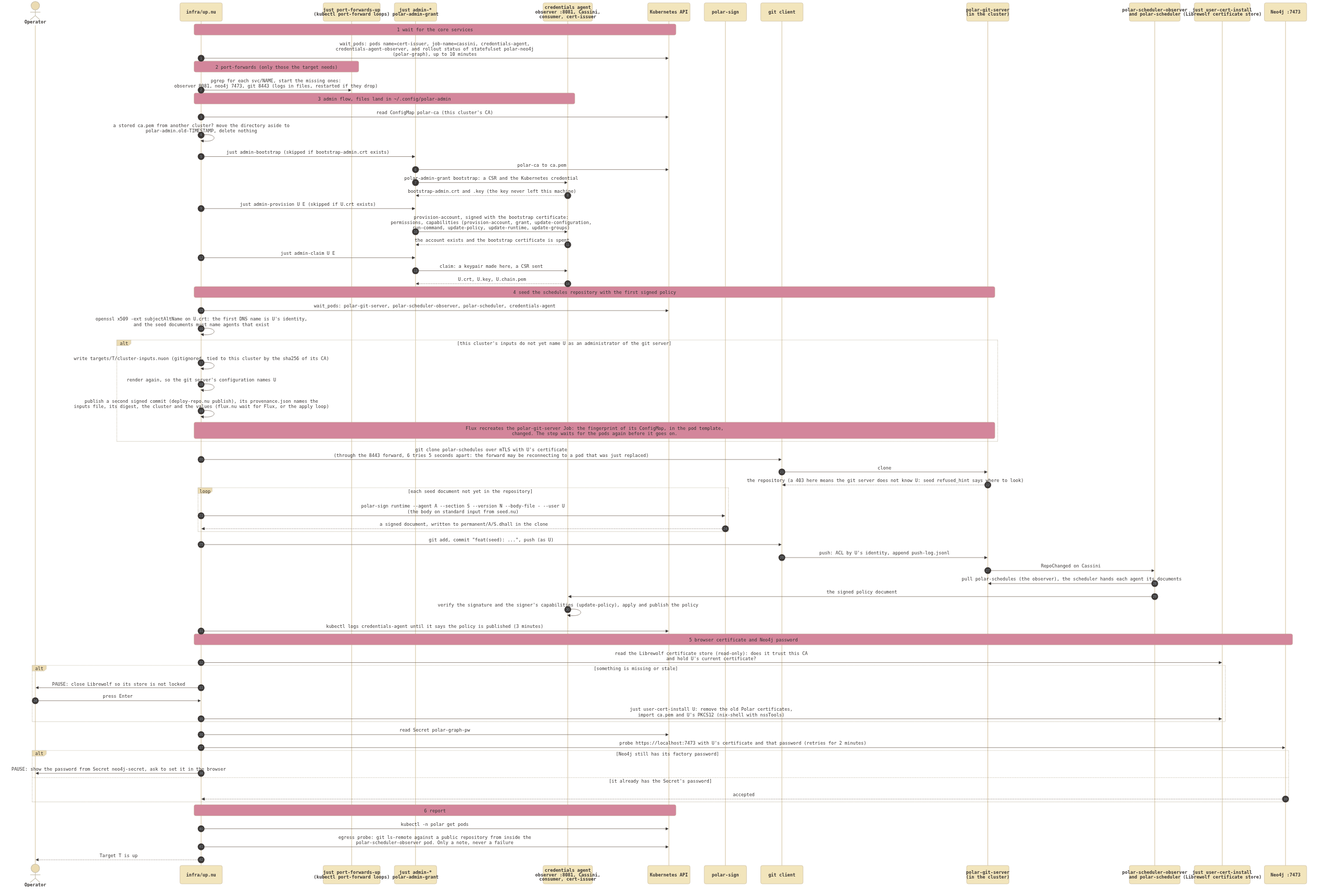
Above: docs/architecture/sequences/bootstrap/phase3-after-flux.png in cmu-sei/Polar (Mermaid), before the change. Its source is kept beside it as docs/architecture/sequences/bootstrap/phase3-after-flux.mmd.
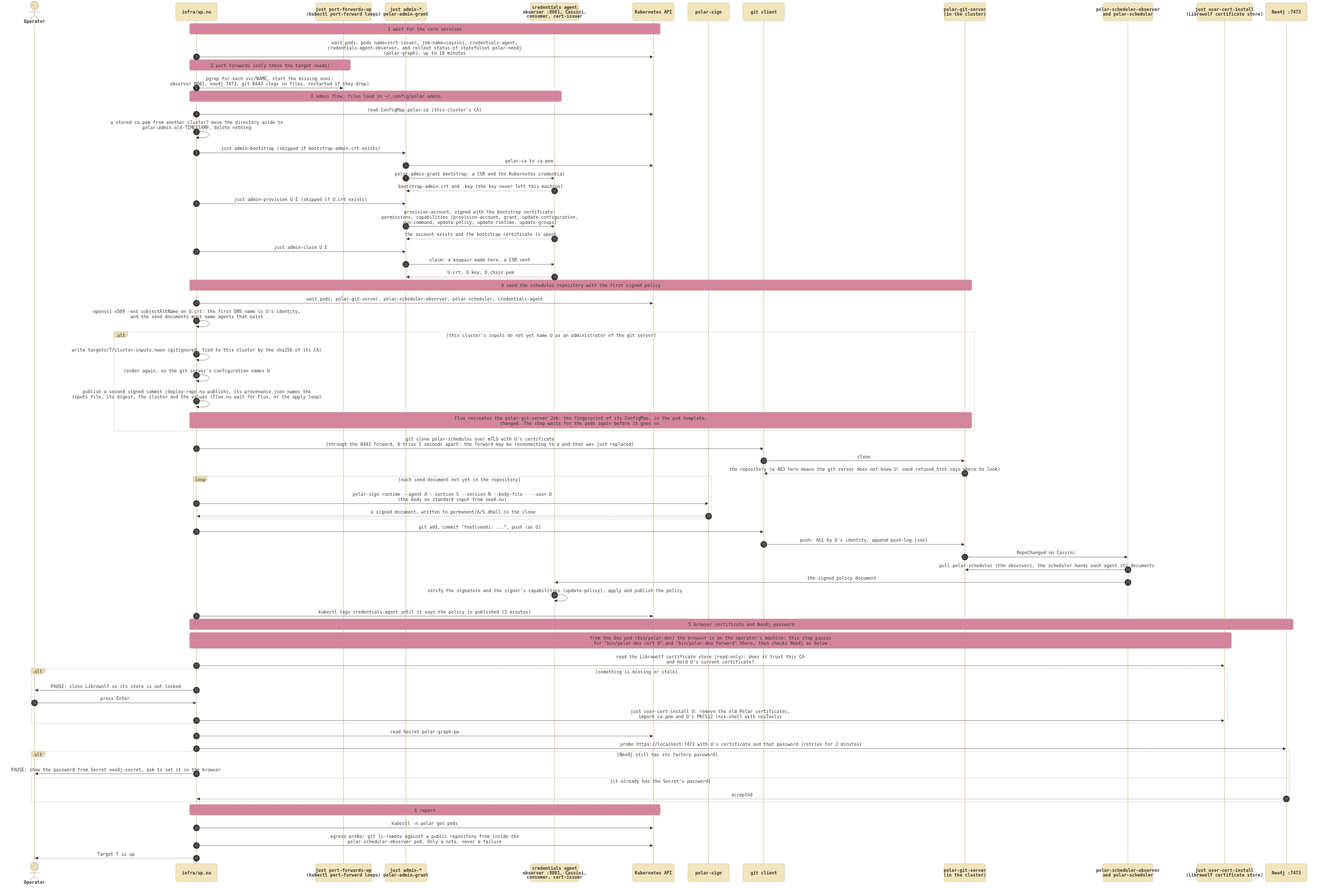
Above is the later version.

What changed in the source:
```diff
@@ -59,6 +59,7 @@
     Up->>K: kubectl logs credentials-agent until it says the policy is published (3 minutes)
 
     Note over Up,N4: 5 browser certificate and Neo4j password
+    Note over Up,Brw: from the dev pod (bin/polar-dev) the browser is on the operator's machine: this step pauses<br/>for "bin/polar-dev cert U" and "bin/polar-dev forward" there, then checks Neo4j as below
     Up->>Brw: read the Librewolf certificate store (read-only): does it trust this CA<br/>and hold U's current certificate?
     alt something is missing or stale
         Up->>Op: PAUSE: close Librewolf so its store is not locked
```
